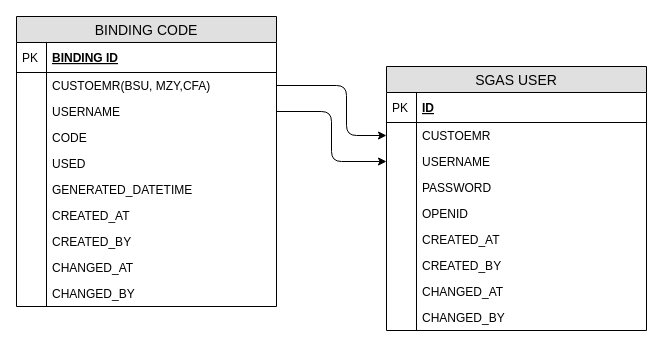
Above: page "model" (3 of 6) of SportsOne/Wechat Integration.drawio in wosary1984/draw.io (draw.io), before the change. Source tidied: cells renumbered, new cells numbered last; positions are measured from the earlier drawing's top-left corner, leaving out a move shared by most shapes. Both pictures are drawn from the tidied source at 100%, with x=0, y=0 at pixel (16, 16).
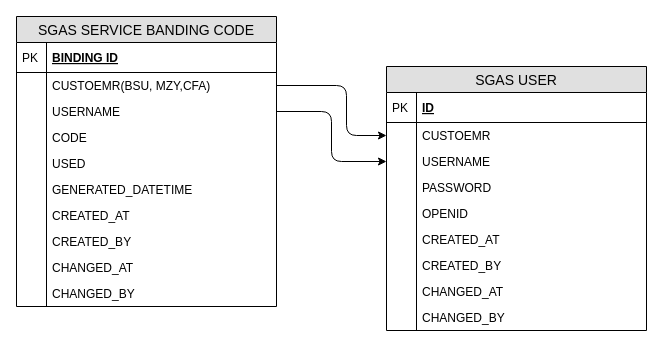
Above is the later version.

The edit, as a diff of the source:
```diff
@@
-    <mxCell id="2" value="BINDING CODE" style="swimlane;fontStyle=0;horizontal=1;startSize=26;fillColor=#e0e0e0;swimlaneFillColor=#ffffff;align=center;fontSize=14;" parent="1" vertex="1">
+    <mxCell id="2" value="SGAS SERVICE BANDING CODE" style="swimlane;fontStyle=0;horizontal=1;startSize=26;fillColor=#e0e0e0;swimlaneFillColor=#ffffff;align=center;fontSize=14;" parent="1" vertex="1">
       <mxGeometry width="260" height="290" as="geometry" />
     </mxCell>
```
